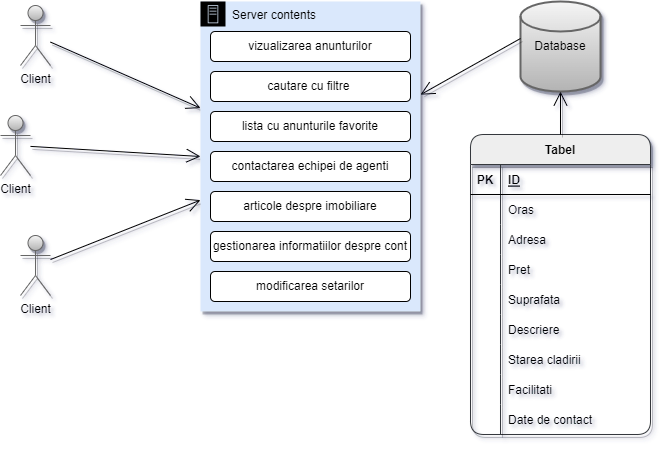
Earlier version of the draw.io export ScholarlyHTML/client-serverDiagram.png (AndreeaJinga/TW-Project). Source tidied: cells renumbered, new cells last; positions are measured from the earlier drawing's top-left corner, leaving out a move shared by most shapes.
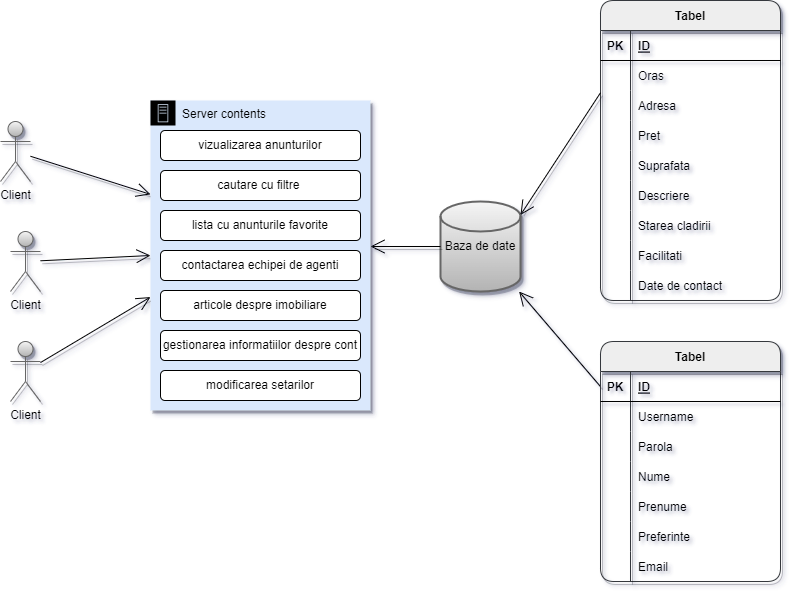
Above is the later version.

What changed in the source:
```diff
@@ -2,23 +2,8 @@
   <root>
     <mxCell id="0" />
     <mxCell id="1" parent="0" />
-    <mxCell id="2" value="Client" style="shape=umlActor;verticalLabelPosition=bottom;verticalAlign=top;html=1;fillColor=#f5f5f5;strokeColor=#666666;gradientColor=#b3b3b3;shadow=1;" parent="1" vertex="1">
-      <mxGeometry x="20" y="4" width="30" height="60" as="geometry" />
-    </mxCell>
-    <mxCell id="3" value="Client" style="shape=umlActor;verticalLabelPosition=bottom;verticalAlign=top;html=1;fillColor=#f5f5f5;strokeColor=#666666;gradientColor=#b3b3b3;shadow=1;" parent="1" vertex="1">
-      <mxGeometry y="114" width="30" height="60" as="geometry" />
-    </mxCell>
-    <mxCell id="4" value="Client" style="shape=umlActor;verticalLabelPosition=bottom;verticalAlign=top;html=1;fillColor=#f5f5f5;strokeColor=#666666;gradientColor=#b3b3b3;shadow=1;" parent="1" vertex="1">
-      <mxGeometry x="20" y="234" width="30" height="60" as="geometry" />
-    </mxCell>
-    <mxCell id="5" style="endArrow=open;endFill=1;endSize=12;html=1;rounded=0;shadow=1;" parent="1" edge="1" source="2" target="7">
-      <mxGeometry relative="1" as="geometry" />
-    </mxCell>
-    <mxCell id="6" style="endArrow=open;endFill=1;endSize=12;html=1;rounded=0;entryX=0;entryY=0.5;entryDx=0;entryDy=0;shadow=1;" parent="1" edge="1" source="3" target="7">
-      <mxGeometry relative="1" as="geometry" />
-    </mxCell>
     <mxCell id="7" value="Server contents" style="points=[[0,0],[0.25,0],[0.5,0],[0.75,0],[1,0],[1,0.25],[1,0.5],[1,0.75],[1,1],[0.75,1],[0.5,1],[0.25,1],[0,1],[0,0.75],[0,0.5],[0,0.25]];outlineConnect=0;html=1;whiteSpace=wrap;fontSize=12;fontStyle=0;shape=mxgraph.aws4.group;grIcon=mxgraph.aws4.group_on_premise;strokeColor=none;fillColor=#dae8fc;verticalAlign=top;align=left;spacingLeft=30;dashed=0;shadow=1;sketch=0;" parent="1" vertex="1">
-      <mxGeometry x="200" width="220" height="310" as="geometry" />
+      <mxGeometry x="60" y="54" width="220" height="310" as="geometry" />
     </mxCell>
     <mxCell id="8" value="vizualizarea anunturilor" style="whiteSpace=wrap;html=1;rounded=1;" parent="7" vertex="1">
       <mxGeometry x="10" y="30" width="200" height="30" as="geometry" />
@@ -41,11 +26,26 @@
     <mxCell id="14" value="modificarea setarilor" style="whiteSpace=wrap;html=1;rounded=1;" parent="7" vertex="1">
       <mxGeometry x="10" y="270" width="200" height="30" as="geometry" />
     </mxCell>
+    <mxCell id="49" style="endArrow=open;endFill=1;endSize=12;html=1;rounded=0;shadow=1;" parent="7" edge="1" source="52">
+      <mxGeometry relative="1" as="geometry">
+        <mxPoint y="196.6" as="targetPoint" />
+      </mxGeometry>
+    </mxCell>
+    <mxCell id="50" style="endArrow=open;endFill=1;endSize=12;html=1;rounded=0;entryX=0;entryY=0.5;entryDx=0;entryDy=0;shadow=1;" parent="7" edge="1" source="53">
+      <mxGeometry relative="1" as="geometry">
+        <mxPoint y="155" as="targetPoint" />
+      </mxGeometry>
+    </mxCell>
+    <mxCell id="51" style="endArrow=open;endFill=1;endSize=12;html=1;rounded=0;shadow=1;" parent="7" edge="1" source="54">
+      <mxGeometry relative="1" as="geometry">
+        <mxPoint y="93.9" as="targetPoint" />
+      </mxGeometry>
+    </mxCell>
-    <mxCell id="15" value="Database" style="strokeWidth=2;html=1;shape=mxgraph.flowchart.database;whiteSpace=wrap;fillColor=#f5f5f5;strokeColor=#666666;gradientColor=#b3b3b3;shadow=1;" parent="1" vertex="1">
-      <mxGeometry x="520" width="80" height="90" as="geometry" />
+    <mxCell id="15" value="Baza de date" style="strokeWidth=2;html=1;shape=mxgraph.flowchart.database;whiteSpace=wrap;fillColor=#f5f5f5;strokeColor=#666666;gradientColor=#b3b3b3;shadow=1;" parent="1" vertex="1">
+      <mxGeometry x="350" y="155" width="80" height="90" as="geometry" />
     </mxCell>
     <mxCell id="16" value="Tabel" style="shape=table;startSize=30;rowLines=0;fontStyle=1;align=center;fillColor=#eeeeee;strokeColor=#36393d;rounded=1;shadow=1;" parent="1" vertex="1">
-      <mxGeometry x="470" y="133" width="180" height="300" as="geometry" />
+      <mxGeometry x="510" y="-46" width="180" height="300" as="geometry" />
     </mxCell>
     <mxCell id="17" style="shape=tableRow;horizontal=0;startSize=0;swimlaneHead=0;swimlaneBody=0;fillColor=none;top=0;left=0;right=0;bottom=1;" parent="16" vertex="1">
       <mxGeometry y="30" width="180" height="30" as="geometry" />
@@ -128,15 +128,12 @@
     <mxCell id="43" value="Date de contact" style="shape=partialRectangle;fillColor=none;top=0;left=0;bottom=0;right=0;align=left;spacingLeft=6;overflow=hidden;" parent="41" vertex="1">
       <mxGeometry x="30" width="150" height="30" as="geometry" />
     </mxCell>
-    <mxCell id="44" style="endArrow=open;endFill=1;endSize=12;html=1;rounded=0;shadow=1;" parent="1" edge="1" source="4" target="7">
-      <mxGeometry relative="1" as="geometry" />
-    </mxCell>
-    <mxCell id="45" style="endArrow=open;endFill=1;endSize=12;html=1;rounded=0;exitX=0.5;exitY=0;exitDx=0;exitDy=0;entryX=0.5;entryY=1;entryDx=0;entryDy=0;entryPerimeter=0;shadow=1;" parent="1" edge="1" source="16" target="15">
+    <mxCell id="45" style="endArrow=open;endFill=1;endSize=12;html=1;rounded=0;exitX=0;exitY=0.5;exitDx=0;exitDy=0;shadow=1;" parent="1" edge="1" source="56" target="15">
       <mxGeometry relative="1" as="geometry" />
     </mxCell>
-    <mxCell id="46" style="endArrow=open;endFill=1;endSize=12;html=1;rounded=0;shadow=1;" parent="1" edge="1" target="7">
+    <mxCell id="46" style="endArrow=open;endFill=1;endSize=12;html=1;rounded=0;shadow=1;exitX=0;exitY=0.5;exitDx=0;exitDy=0;exitPerimeter=0;" parent="1" edge="1" source="15">
       <mxGeometry relative="1" as="geometry">
-        <mxPoint x="520" y="37" as="sourcePoint" />
+        <mxPoint x="280" y="200" as="targetPoint" />
       </mxGeometry>
     </mxCell>
     <mxCell id="47" style="shape=tableRow;horizontal=0;startSize=0;swimlaneHead=0;swimlaneBody=0;fillColor=none;top=0;left=0;right=0;bottom=0;" parent="1" vertex="1">
@@ -145,5 +142,83 @@
     <mxCell id="48" style="shape=partialRectangle;fillColor=none;top=0;left=0;bottom=0;right=0;overflow=hidden;" parent="47" vertex="1">
       <mxGeometry width="30" height="30" as="geometry" />
     </mxCell>
+    <mxCell id="52" value="Client" style="shape=umlActor;verticalLabelPosition=bottom;verticalAlign=top;html=1;fillColor=#f5f5f5;strokeColor=#666666;gradientColor=#b3b3b3;shadow=1;" parent="1" vertex="1">
+      <mxGeometry x="-80" y="295" width="30" height="60" as="geometry" />
+    </mxCell>
+    <mxCell id="53" value="Client" style="shape=umlActor;verticalLabelPosition=bottom;verticalAlign=top;html=1;fillColor=#f5f5f5;strokeColor=#666666;gradientColor=#b3b3b3;shadow=1;" parent="1" vertex="1">
+      <mxGeometry x="-80" y="185" width="30" height="60" as="geometry" />
+    </mxCell>
+    <mxCell id="54" value="Client" style="shape=umlActor;verticalLabelPosition=bottom;verticalAlign=top;html=1;fillColor=#f5f5f5;strokeColor=#666666;gradientColor=#b3b3b3;shadow=1;" parent="1" vertex="1">
+      <mxGeometry x="-90" y="75" width="30" height="60" as="geometry" />
+    </mxCell>
+    <mxCell id="55" value="Tabel" style="shape=table;startSize=30;rowLines=0;fontStyle=1;align=center;fillColor=#eeeeee;strokeColor=#36393d;rounded=1;shadow=1;" parent="1" vertex="1">
+      <mxGeometry x="510" y="295" width="180" height="240" as="geometry" />
+    </mxCell>
+    <mxCell id="56" style="shape=tableRow;horizontal=0;startSize=0;swimlaneHead=0;swimlaneBody=0;fillColor=none;points=[[0,0.5],[1,0.5]];portConstraint=eastwest;top=0;left=0;right=0;bottom=1;" parent="55" vertex="1">
+      <mxGeometry y="30" width="180" height="30" as="geometry" />
+    </mxCell>
+    <mxCell id="57" value="PK" style="shape=partialRectangle;fillColor=none;top=0;left=0;bottom=0;right=0;fontStyle=1;overflow=hidden;" parent="56" vertex="1">
+      <mxGeometry width="30" height="30" as="geometry" />
+    </mxCell>
+    <mxCell id="58" value="ID" style="shape=partialRectangle;fillColor=none;top=0;left=0;bottom=0;right=0;align=left;spacingLeft=6;fontStyle=5;overflow=hidden;" parent="56" vertex="1">
+      <mxGeometry x="30" width="150" height="30" as="geometry" />
+    </mxCell>
+    <mxCell id="59" style="shape=tableRow;horizontal=0;startSize=0;swimlaneHead=0;swimlaneBody=0;fillColor=none;top=0;left=0;right=0;bottom=0;" parent="55" vertex="1">
+      <mxGeometry y="60" width="180" height="30" as="geometry" />
+    </mxCell>
+    <mxCell id="60" style="shape=partialRectangle;fillColor=none;top=0;left=0;bottom=0;right=0;overflow=hidden;" parent="59" vertex="1">
+      <mxGeometry width="30" height="30" as="geometry" />
+    </mxCell>
+    <mxCell id="61" value="Username    " style="shape=partialRectangle;fillColor=none;top=0;left=0;bottom=0;right=0;align=left;spacingLeft=6;overflow=hidden;" parent="59" vertex="1">
+      <mxGeometry x="30" width="150" height="30" as="geometry" />
+    </mxCell>
+    <mxCell id="62" style="shape=tableRow;horizontal=0;startSize=0;swimlaneHead=0;swimlaneBody=0;fillColor=none;top=0;left=0;right=0;bottom=0;" parent="55" vertex="1">
+      <mxGeometry y="90" width="180" height="30" as="geometry" />
+    </mxCell>
+    <mxCell id="63" style="shape=partialRectangle;fillColor=none;top=0;left=0;bottom=0;right=0;overflow=hidden;" parent="62" vertex="1">
+      <mxGeometry width="30" height="30" as="geometry" />
+    </mxCell>
+    <mxCell id="64" value="Parola" style="shape=partialRectangle;fillColor=none;top=0;left=0;bottom=0;right=0;align=left;spacingLeft=6;overflow=hidden;" parent="62" vertex="1">
+      <mxGeometry x="30" width="150" height="30" as="geometry" />
+    </mxCell>
+    <mxCell id="65" style="shape=tableRow;horizontal=0;startSize=0;swimlaneHead=0;swimlaneBody=0;fillColor=none;top=0;left=0;right=0;bottom=0;" parent="55" vertex="1">
+      <mxGeometry y="120" width="180" height="30" as="geometry" />
+    </mxCell>
+    <mxCell id="66" style="shape=partialRectangle;fillColor=none;top=0;left=0;bottom=0;right=0;overflow=hidden;" parent="65" vertex="1">
+      <mxGeometry width="30" height="30" as="geometry" />
+    </mxCell>
+    <mxCell id="67" value="Nume" style="shape=partialRectangle;fillColor=none;top=0;left=0;bottom=0;right=0;align=left;spacingLeft=6;overflow=hidden;" parent="65" vertex="1">
+      <mxGeometry x="30" width="150" height="30" as="geometry" />
+    </mxCell>
+    <mxCell id="68" style="shape=tableRow;horizontal=0;startSize=0;swimlaneHead=0;swimlaneBody=0;fillColor=none;top=0;left=0;right=0;bottom=0;" parent="55" vertex="1">
+      <mxGeometry y="150" width="180" height="30" as="geometry" />
+    </mxCell>
+    <mxCell id="69" style="shape=partialRectangle;fillColor=none;top=0;left=0;bottom=0;right=0;overflow=hidden;" parent="68" vertex="1">
+      <mxGeometry width="30" height="30" as="geometry" />
+    </mxCell>
+    <mxCell id="70" value="Prenume" style="shape=partialRectangle;fillColor=none;top=0;left=0;bottom=0;right=0;align=left;spacingLeft=6;overflow=hidden;" parent="68" vertex="1">
+      <mxGeometry x="30" width="150" height="30" as="geometry" />
+    </mxCell>
+    <mxCell id="71" style="shape=tableRow;horizontal=0;startSize=0;swimlaneHead=0;swimlaneBody=0;fillColor=none;top=0;left=0;right=0;bottom=0;" parent="55" vertex="1">
+      <mxGeometry y="180" width="180" height="30" as="geometry" />
+    </mxCell>
+    <mxCell id="72" style="shape=partialRectangle;fillColor=none;top=0;left=0;bottom=0;right=0;overflow=hidden;" parent="71" vertex="1">
+      <mxGeometry width="30" height="30" as="geometry" />
+    </mxCell>
+    <mxCell id="73" value="Preferinte" style="shape=partialRectangle;fillColor=none;top=0;left=0;bottom=0;right=0;align=left;spacingLeft=6;overflow=hidden;" parent="71" vertex="1">
+      <mxGeometry x="30" width="150" height="30" as="geometry" />
+    </mxCell>
+    <mxCell id="74" style="shape=tableRow;horizontal=0;startSize=0;swimlaneHead=0;swimlaneBody=0;fillColor=none;top=0;left=0;right=0;bottom=0;" parent="55" vertex="1">
+      <mxGeometry y="210" width="180" height="30" as="geometry" />
+    </mxCell>
+    <mxCell id="75" style="shape=partialRectangle;fillColor=none;top=0;left=0;bottom=0;right=0;overflow=hidden;" parent="74" vertex="1">
+      <mxGeometry width="30" height="30" as="geometry" />
+    </mxCell>
+    <mxCell id="76" value="Email" style="shape=partialRectangle;fillColor=none;top=0;left=0;bottom=0;right=0;align=left;spacingLeft=6;overflow=hidden;" parent="74" vertex="1">
+      <mxGeometry x="30" width="150" height="30" as="geometry" />
+    </mxCell>
+    <mxCell id="77" style="endArrow=open;endFill=1;endSize=12;html=1;rounded=0;exitX=0;exitY=0.075;exitDx=0;exitDy=0;shadow=1;entryX=1;entryY=0.15;entryDx=0;entryDy=0;entryPerimeter=0;exitPerimeter=0;" parent="1" edge="1" source="23" target="15">
+      <mxGeometry relative="1" as="geometry" />
+    </mxCell>
   </root>
 </mxGraphModel>
```
